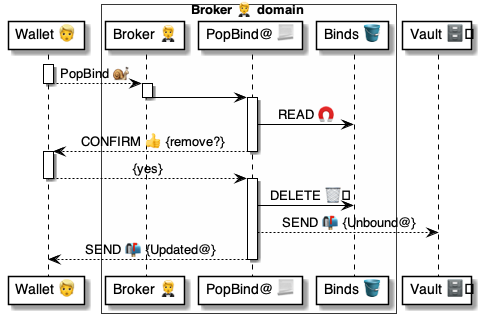
Earlier version of the PlantUML export 4 ⚙️ Solution/20 🧑‍🦰 UI/Brokers 🤵/🤵🅰️ Broker methods/Binds 🔗 PopBind 🧑‍🦰🐌🤵/🤵 PopBind ⚙️ uml.png (pollyweb-org/pollyweb-docs). Its source is kept beside it as 4 ⚙️ Solution/20 🧑‍🦰 UI/Brokers 🤵/🤵🅰️ Broker methods/Binds 🔗 PopBind 🧑‍🦰🐌🤵/🤵 PopBind ⚙️ uml.puml. Source of this version:
```plantuml
@startuml PopBind@Vault

participant "Wallet 👱" as wallet

box Broker 🤵 domain #FFFFFA
    participant "Broker 🤵" as broker
    participant "PopBind@ 📃" as script
    participant "Binds 🪣" as binds
end box

participant "Vault 🗄️" as vault

activate wallet
    wallet --> broker: PopBind 🐌
deactivate wallet

activate broker
    broker -> script:
deactivate broker

activate script
    script -> binds: READ 🧲
    script --> wallet: CONFIRM 👍 {remove?}
deactivate script

activate wallet
    wallet --> script: {yes}
deactivate wallet

activate script
    script -> binds: DELETE 🗑️
    script --> vault: SEND 📬 {Unbound@}
    script --> wallet: SEND 📬 {Updated@}
deactivate script

@enduml
```
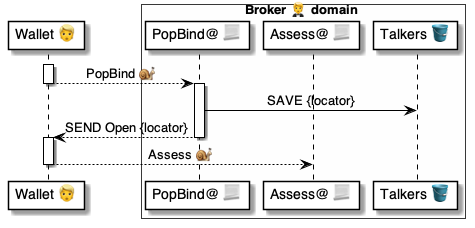
The same file after the commit.

Change to the diagram source:
```diff
@@ -3,34 +3,23 @@
 participant "Wallet 👱" as wallet
 
 box Broker 🤵 domain #FFFFFA
-    participant "Broker 🤵" as broker
-    participant "PopBind@ 📃" as script
-    participant "Binds 🪣" as binds
+    participant "PopBind@ 📃" as pop
+    participant "Assess@ 📃" as assess
+    participant "Talkers 🪣" as talkers
 end box
 
-participant "Vault 🗄️" as vault
 
 activate wallet
-    wallet --> broker: PopBind 🐌
+    wallet --> pop: PopBind 🐌
 deactivate wallet
 
-activate broker
-    broker -> script:
-deactivate broker
-
-activate script
-    script -> binds: READ 🧲
-    script --> wallet: CONFIRM 👍 {remove?}
-deactivate script
+activate pop
+    pop -> talkers: SAVE {locator}
+    pop --> wallet: SEND Open {locator}
+deactivate pop
 
 activate wallet
-    wallet --> script: {yes}
+    wallet --> assess: Assess 🐌
 deactivate wallet
 
-activate script
-    script -> binds: DELETE 🗑️
-    script --> vault: SEND 📬 {Unbound@}
-    script --> wallet: SEND 📬 {Updated@}
-deactivate script
-
 @enduml
```
